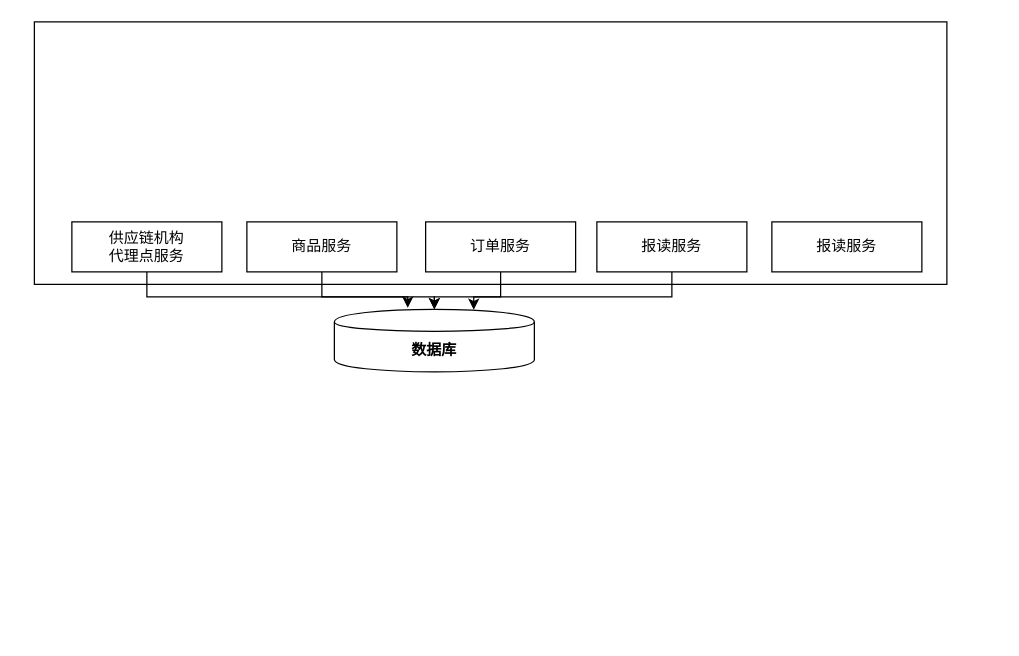
kinvensan/drawio keeps this draw.io diagram as page "Page-3" (3 of 4) of workeredu/求学圆梦项目流程.drawio. Above is the earlier version. Source tidied: cells renumbered, new cells numbered last; positions are measured from the earlier drawing's top-left corner, leaving out a move shared by most shapes. Both pictures are drawn from the tidied source at 125%, with x=0, y=0 at pixel (34, 21).
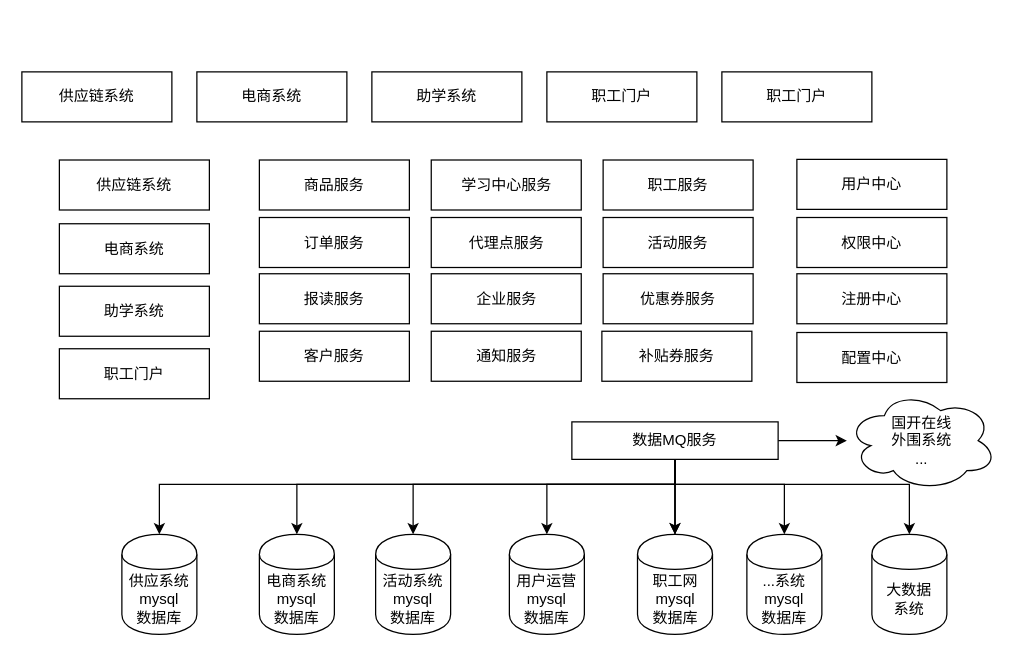
Above is the later version.

The edit, as a diff of the source:
```diff
@@
-    <mxCell id="2" style="rounded=0;whiteSpace=wrap;html=1;fillColor=#FFFFFF;" parent="1" vertex="1">
-      <mxGeometry width="730" height="210" as="geometry" />
-    </mxCell>
-    <mxCell id="3" style="edgeStyle=orthogonalEdgeStyle;rounded=0;jettySize=auto;html=1;strokeWidth=1;" parent="1" edge="1" source="4" target="5">
-      <mxGeometry relative="1" as="geometry">
-        <Array as="points">
-          <mxPoint x="90" y="220" />
-          <mxPoint x="320" y="220" />
-        </Array>
-      </mxGeometry>
-    </mxCell>
-    <mxCell id="4" value="供应链机构&lt;br&gt;代理点服务" style="rounded=0;whiteSpace=wrap;html=1;" parent="1" vertex="1">
-      <mxGeometry x="30" y="160" width="120" height="40" as="geometry" />
+    <mxCell id="4" value="代理点服务" style="rounded=0;whiteSpace=wrap;html=1;" parent="1" vertex="1">
+      <mxGeometry x="317.5" y="156.5" width="120" height="40" as="geometry" />
     </mxCell>
-    <mxCell id="5" value="&lt;b&gt;数据库&lt;/b&gt;" style="shape=cylinder;whiteSpace=wrap;html=1;boundedLbl=1;backgroundOutline=1;fillColor=#FFFFFF;" parent="1" vertex="1">
-      <mxGeometry x="240" y="230" width="160" height="50" as="geometry" />
-    </mxCell>
-    <mxCell id="6" style="edgeStyle=orthogonalEdgeStyle;rounded=0;jettySize=auto;html=1;entryX=0.367;entryY=-0.024;entryDx=0;entryDy=0;entryPerimeter=0;strokeWidth=1;" parent="1" edge="1" source="7" target="5">
-      <mxGeometry relative="1" as="geometry" />
-    </mxCell>
     <mxCell id="7" value="商品服务" style="rounded=0;whiteSpace=wrap;html=1;" parent="1" vertex="1">
-      <mxGeometry x="170" y="160" width="120" height="40" as="geometry" />
+      <mxGeometry x="180" y="110.5" width="120" height="40" as="geometry" />
     </mxCell>
-    <mxCell id="8" style="edgeStyle=orthogonalEdgeStyle;rounded=0;jettySize=auto;html=1;entryX=0.5;entryY=0;entryDx=0;entryDy=0;strokeWidth=1;" parent="1" edge="1" source="9" target="5">
-      <mxGeometry relative="1" as="geometry" />
-    </mxCell>
     <mxCell id="9" value="订单服务" style="rounded=0;whiteSpace=wrap;html=1;" parent="1" vertex="1">
-      <mxGeometry x="313" y="160" width="120" height="40" as="geometry" />
+      <mxGeometry x="180" y="156.5" width="120" height="40" as="geometry" />
     </mxCell>
-    <mxCell id="10" style="edgeStyle=orthogonalEdgeStyle;rounded=0;jettySize=auto;html=1;entryX=0.697;entryY=0.008;entryDx=0;entryDy=0;entryPerimeter=0;strokeWidth=1;" parent="1" edge="1" source="11" target="5">
-      <mxGeometry relative="1" as="geometry">
-        <Array as="points">
-          <mxPoint x="510" y="220" />
-          <mxPoint x="352" y="220" />
-        </Array>
-      </mxGeometry>
-    </mxCell>
     <mxCell id="11" value="报读服务" style="rounded=0;whiteSpace=wrap;html=1;" parent="1" vertex="1">
-      <mxGeometry x="450" y="160" width="120" height="40" as="geometry" />
+      <mxGeometry x="180" y="201.5" width="120" height="40" as="geometry" />
     </mxCell>
-    <mxCell id="12" value="报读服务" style="rounded=0;whiteSpace=wrap;html=1;" parent="1" vertex="1">
-      <mxGeometry x="590" y="160" width="120" height="40" as="geometry" />
+    <mxCell id="12" value="企业服务" style="rounded=0;whiteSpace=wrap;html=1;" parent="1" vertex="1">
+      <mxGeometry x="317.5" y="201.5" width="120" height="40" as="geometry" />
     </mxCell>
+    <mxCell id="13" value="供应系统mysql&lt;br&gt;数据库" style="shape=cylinder;whiteSpace=wrap;html=1;boundedLbl=1;backgroundOutline=1;fillColor=#FFFFFF;" parent="1" vertex="1">
+      <mxGeometry x="70" y="410" width="60" height="80" as="geometry" />
+    </mxCell>
+    <mxCell id="14" value="电商系统&lt;br&gt;mysql&lt;br&gt;数据库" style="shape=cylinder;whiteSpace=wrap;html=1;boundedLbl=1;backgroundOutline=1;fillColor=#FFFFFF;" parent="1" vertex="1">
+      <mxGeometry x="180" y="410" width="60" height="80" as="geometry" />
+    </mxCell>
+    <mxCell id="15" value="活动系统&lt;br&gt;mysql&lt;br&gt;数据库" style="shape=cylinder;whiteSpace=wrap;html=1;boundedLbl=1;backgroundOutline=1;fillColor=#FFFFFF;" parent="1" vertex="1">
+      <mxGeometry x="273" y="410" width="60" height="80" as="geometry" />
+    </mxCell>
+    <mxCell id="16" value="用户运营&lt;br&gt;mysql&lt;br&gt;数据库" style="shape=cylinder;whiteSpace=wrap;html=1;boundedLbl=1;backgroundOutline=1;fillColor=#FFFFFF;" parent="1" vertex="1">
+      <mxGeometry x="380" y="410" width="60" height="80" as="geometry" />
+    </mxCell>
+    <mxCell id="17" style="edgeStyle=orthogonalEdgeStyle;rounded=0;jettySize=auto;html=1;exitX=0.5;exitY=0;exitDx=0;exitDy=0;entryX=0.5;entryY=0;entryDx=0;entryDy=0;" parent="1" edge="1" source="18" target="16">
+      <mxGeometry relative="1" as="geometry">
+        <Array as="points">
+          <mxPoint x="513" y="370" />
+          <mxPoint x="410" y="370" />
+        </Array>
+      </mxGeometry>
+    </mxCell>
+    <mxCell id="18" value="职工网&lt;br&gt;mysql&lt;br&gt;数据库" style="shape=cylinder;whiteSpace=wrap;html=1;boundedLbl=1;backgroundOutline=1;fillColor=#FFFFFF;" parent="1" vertex="1">
+      <mxGeometry x="482.5" y="410" width="60" height="80" as="geometry" />
+    </mxCell>
+    <mxCell id="19" value="国开在线&lt;br&gt;外围系统&lt;br&gt;..." style="ellipse;shape=cloud;whiteSpace=wrap;html=1;" parent="1" vertex="1">
+      <mxGeometry x="650" y="295" width="120" height="80" as="geometry" />
+    </mxCell>
+    <mxCell id="20" style="edgeStyle=orthogonalEdgeStyle;rounded=0;jettySize=auto;html=1;" parent="1" edge="1" source="28" target="19">
+      <mxGeometry relative="1" as="geometry" />
+    </mxCell>
+    <mxCell id="21" style="edgeStyle=orthogonalEdgeStyle;rounded=0;jettySize=auto;html=1;" parent="1" edge="1" source="28" target="18">
+      <mxGeometry relative="1" as="geometry" />
+    </mxCell>
+    <mxCell id="22" style="edgeStyle=orthogonalEdgeStyle;rounded=0;jettySize=auto;html=1;" parent="1" edge="1" source="28" target="18">
+      <mxGeometry relative="1" as="geometry" />
+    </mxCell>
+    <mxCell id="23" style="edgeStyle=orthogonalEdgeStyle;rounded=0;jettySize=auto;html=1;" parent="1" edge="1" source="28" target="15">
+      <mxGeometry relative="1" as="geometry">
+        <Array as="points">
+          <mxPoint x="513" y="370" />
+          <mxPoint x="303" y="370" />
+        </Array>
+      </mxGeometry>
+    </mxCell>
+    <mxCell id="24" style="edgeStyle=orthogonalEdgeStyle;rounded=0;jettySize=auto;html=1;" parent="1" edge="1" source="28" target="14">
+      <mxGeometry relative="1" as="geometry">
+        <Array as="points">
+          <mxPoint x="513" y="370" />
+          <mxPoint x="210" y="370" />
+        </Array>
+      </mxGeometry>
+    </mxCell>
+    <mxCell id="25" style="edgeStyle=orthogonalEdgeStyle;rounded=0;jettySize=auto;html=1;" parent="1" edge="1" source="28" target="13">
+      <mxGeometry relative="1" as="geometry">
+        <Array as="points">
+          <mxPoint x="513" y="370" />
+          <mxPoint x="100" y="370" />
+        </Array>
+      </mxGeometry>
+    </mxCell>
+    <mxCell id="26" style="edgeStyle=orthogonalEdgeStyle;rounded=0;jettySize=auto;html=1;" parent="1" edge="1" source="28" target="29">
+      <mxGeometry relative="1" as="geometry">
+        <Array as="points">
+          <mxPoint x="513" y="370" />
+          <mxPoint x="600" y="370" />
+        </Array>
+      </mxGeometry>
+    </mxCell>
+    <mxCell id="27" style="edgeStyle=orthogonalEdgeStyle;rounded=0;jettySize=auto;html=1;" parent="1" edge="1" source="28" target="30">
+      <mxGeometry relative="1" as="geometry">
+        <Array as="points">
+          <mxPoint x="513" y="370" />
+          <mxPoint x="700" y="370" />
+        </Array>
+      </mxGeometry>
+    </mxCell>
+    <mxCell id="28" value="数据MQ服务" style="rounded=0;whiteSpace=wrap;html=1;" parent="1" vertex="1">
+      <mxGeometry x="430" y="320" width="165" height="30" as="geometry" />
+    </mxCell>
+    <mxCell id="29" value="...系统&lt;br&gt;mysql&lt;br&gt;数据库" style="shape=cylinder;whiteSpace=wrap;html=1;boundedLbl=1;backgroundOutline=1;fillColor=#FFFFFF;" parent="1" vertex="1">
+      <mxGeometry x="570" y="410" width="60" height="80" as="geometry" />
+    </mxCell>
+    <mxCell id="30" value="大数据&lt;br&gt;系统" style="shape=cylinder;whiteSpace=wrap;html=1;boundedLbl=1;backgroundOutline=1;fillColor=#FFFFFF;" parent="1" vertex="1">
+      <mxGeometry x="670" y="410" width="60" height="80" as="geometry" />
+    </mxCell>
+    <mxCell id="31" value="客户服务" style="rounded=0;whiteSpace=wrap;html=1;" parent="1" vertex="1">
+      <mxGeometry x="180" y="247.5" width="120" height="40" as="geometry" />
+    </mxCell>
+    <mxCell id="32" value="通知服务" style="rounded=0;whiteSpace=wrap;html=1;" parent="1" vertex="1">
+      <mxGeometry x="317.5" y="247.5" width="120" height="40" as="geometry" />
+    </mxCell>
+    <mxCell id="33" value="学习中心服务" style="rounded=0;whiteSpace=wrap;html=1;" parent="1" vertex="1">
+      <mxGeometry x="317.5" y="110.5" width="120" height="40" as="geometry" />
+    </mxCell>
+    <mxCell id="34" value="职工服务" style="rounded=0;whiteSpace=wrap;html=1;" parent="1" vertex="1">
+      <mxGeometry x="455" y="110.5" width="120" height="40" as="geometry" />
+    </mxCell>
+    <mxCell id="35" value="供应链系统" style="rounded=0;whiteSpace=wrap;html=1;" parent="1" vertex="1">
+      <mxGeometry x="20" y="110.5" width="120" height="40" as="geometry" />
+    </mxCell>
+    <mxCell id="36" value="活动服务" style="rounded=0;whiteSpace=wrap;html=1;" parent="1" vertex="1">
+      <mxGeometry x="455" y="156.5" width="120" height="40" as="geometry" />
+    </mxCell>
+    <mxCell id="37" value="优惠券服务" style="rounded=0;whiteSpace=wrap;html=1;" parent="1" vertex="1">
+      <mxGeometry x="455" y="201.5" width="120" height="40" as="geometry" />
+    </mxCell>
+    <mxCell id="38" value="补贴券服务" style="rounded=0;whiteSpace=wrap;html=1;" parent="1" vertex="1">
+      <mxGeometry x="454" y="247.5" width="120" height="40" as="geometry" />
+    </mxCell>
+    <mxCell id="39" value="电商系统" style="rounded=0;whiteSpace=wrap;html=1;" parent="1" vertex="1">
+      <mxGeometry x="20" y="161.5" width="120" height="40" as="geometry" />
+    </mxCell>
+    <mxCell id="40" value="助学系统" style="rounded=0;whiteSpace=wrap;html=1;" parent="1" vertex="1">
+      <mxGeometry x="20" y="211.5" width="120" height="40" as="geometry" />
+    </mxCell>
+    <mxCell id="41" value="职工门户" style="rounded=0;whiteSpace=wrap;html=1;" parent="1" vertex="1">
+      <mxGeometry x="20" y="261.5" width="120" height="40" as="geometry" />
+    </mxCell>
+    <mxCell id="42" value="用户中心" style="rounded=0;whiteSpace=wrap;html=1;" parent="1" vertex="1">
+      <mxGeometry x="610" y="110" width="120" height="40" as="geometry" />
+    </mxCell>
+    <mxCell id="43" value="权限中心" style="rounded=0;whiteSpace=wrap;html=1;" parent="1" vertex="1">
+      <mxGeometry x="610" y="156.5" width="120" height="40" as="geometry" />
+    </mxCell>
+    <mxCell id="44" value="注册中心" style="rounded=0;whiteSpace=wrap;html=1;" parent="1" vertex="1">
+      <mxGeometry x="610" y="201.5" width="120" height="40" as="geometry" />
+    </mxCell>
+    <mxCell id="45" value="配置中心" style="rounded=0;whiteSpace=wrap;html=1;" parent="1" vertex="1">
+      <mxGeometry x="610" y="248.5" width="120" height="40" as="geometry" />
+    </mxCell>
+    <mxCell id="46" value="供应链系统" style="rounded=0;whiteSpace=wrap;html=1;" parent="1" vertex="1">
+      <mxGeometry x="-10" y="40" width="120" height="40" as="geometry" />
+    </mxCell>
+    <mxCell id="47" value="电商系统" style="rounded=0;whiteSpace=wrap;html=1;" parent="1" vertex="1">
+      <mxGeometry x="130" y="40" width="120" height="40" as="geometry" />
+    </mxCell>
+    <mxCell id="48" value="助学系统" style="rounded=0;whiteSpace=wrap;html=1;" parent="1" vertex="1">
+      <mxGeometry x="270" y="40" width="120" height="40" as="geometry" />
+    </mxCell>
+    <mxCell id="49" value="职工门户" style="rounded=0;whiteSpace=wrap;html=1;" parent="1" vertex="1">
+      <mxGeometry x="410" y="40" width="120" height="40" as="geometry" />
+    </mxCell>
+    <mxCell id="50" value="职工门户" style="rounded=0;whiteSpace=wrap;html=1;" parent="1" vertex="1">
+      <mxGeometry x="550" y="40" width="120" height="40" as="geometry" />
+    </mxCell>
```
